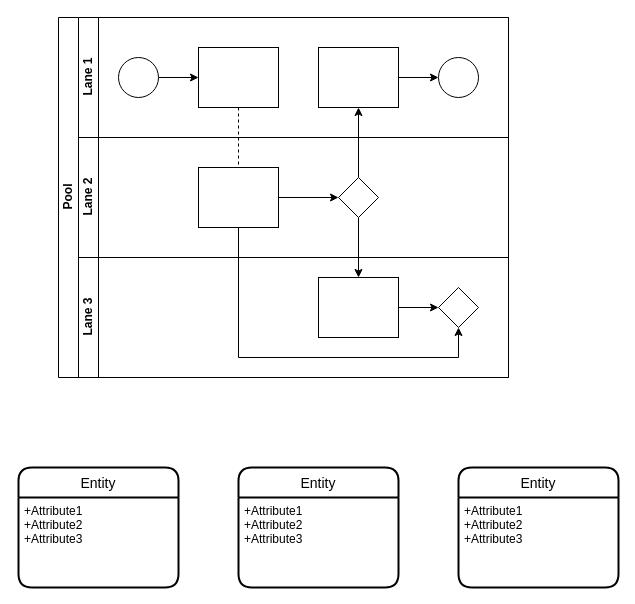
MennyMo/HARDE keeps this draw.io diagram as Untitled Diagram.drawio. Above is the earlier version. Source tidied: cells renumbered, new cells numbered last; positions are measured from the earlier drawing's top-left corner, leaving out a move shared by most shapes. Both pictures are drawn from the tidied source at 100%, with x=0, y=0 at pixel (18, 17).
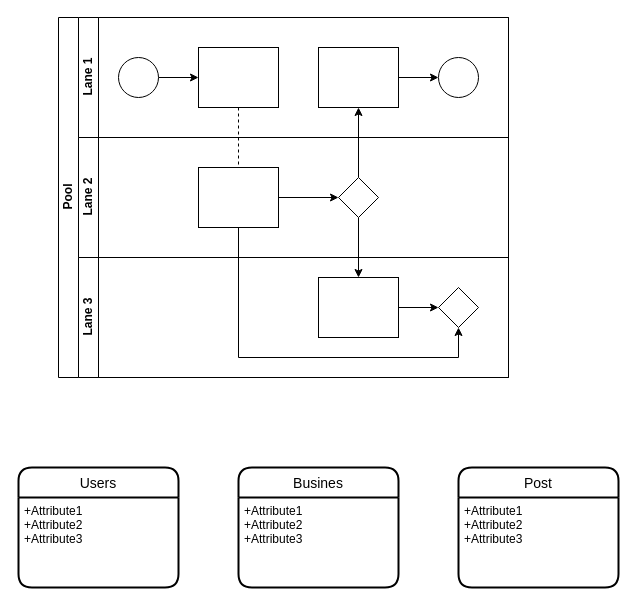
The same page after the edit.

The edit, as a diff of the source:
```diff
@@
-    <mxCell id="22" value="Entity" style="swimlane;horizontal=1;startSize=30;rounded=1;fontSize=14;fontStyle=0;strokeWidth=2;shadow=0;dashed=0;align=center;" parent="1" vertex="1">
+    <mxCell id="22" value="Users" style="swimlane;horizontal=1;startSize=30;rounded=1;fontSize=14;fontStyle=0;strokeWidth=2;shadow=0;dashed=0;align=center;" parent="1" vertex="1">
       <mxGeometry y="450" width="160" height="120" as="geometry" />
     </mxCell>
@@
-    <mxCell id="24" value="Entity" style="swimlane;horizontal=1;startSize=30;rounded=1;fontSize=14;fontStyle=0;strokeWidth=2;shadow=0;dashed=0;align=center;" parent="1" vertex="1">
+    <mxCell id="24" value="Busines" style="swimlane;horizontal=1;startSize=30;rounded=1;fontSize=14;fontStyle=0;strokeWidth=2;shadow=0;dashed=0;align=center;" parent="1" vertex="1">
       <mxGeometry x="220" y="450" width="160" height="120" as="geometry" />
     </mxCell>
@@
-    <mxCell id="26" value="Entity" style="swimlane;horizontal=1;startSize=30;rounded=1;fontSize=14;fontStyle=0;strokeWidth=2;shadow=0;dashed=0;align=center;" parent="1" vertex="1">
+    <mxCell id="26" value="Post" style="swimlane;horizontal=1;startSize=30;rounded=1;fontSize=14;fontStyle=0;strokeWidth=2;shadow=0;dashed=0;align=center;" parent="1" vertex="1">
       <mxGeometry x="440" y="450" width="160" height="120" as="geometry" />
     </mxCell>
```
